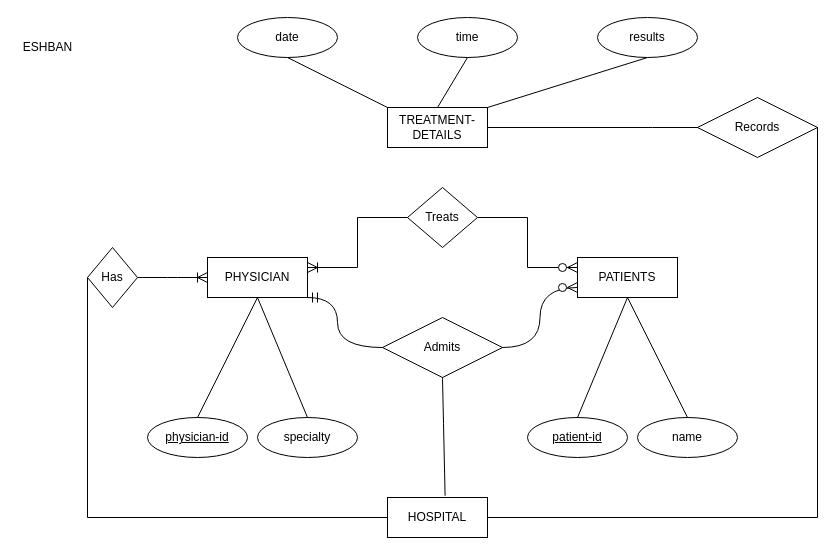
ESHBANayub/Draw.io keeps this draw.io diagram as 1.drawio. Above is the earlier version. Source tidied: cells renumbered, new cells numbered last; positions are measured from the earlier drawing's top-left corner, leaving out a move shared by most shapes. Both pictures are drawn from the tidied source at 100%, with x=0, y=0 at pixel (17, 17).
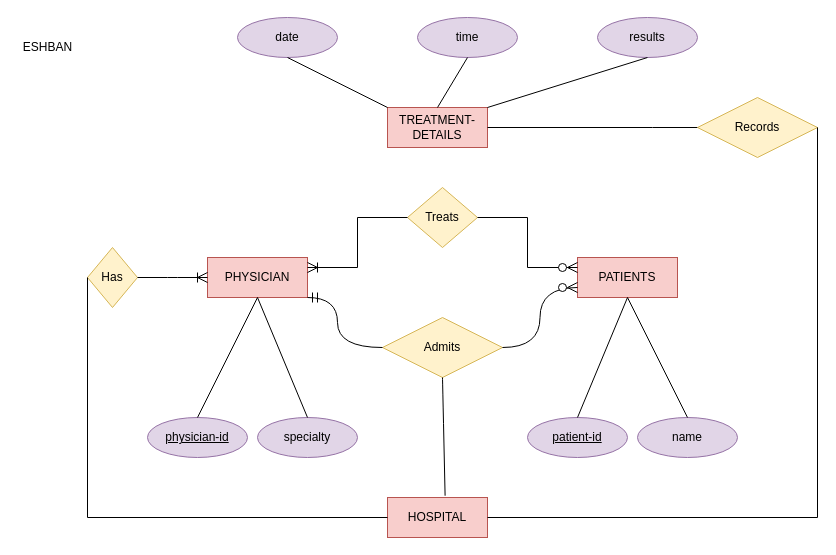
The same diagram, later.

Change to the diagram source:
```diff
@@
-    <mxCell id="2" value="PATIENTS" style="whiteSpace=wrap;html=1;align=center;" parent="1" vertex="1">
+    <mxCell id="2" value="PATIENTS" style="whiteSpace=wrap;html=1;align=center;fillColor=#f8cecc;strokeColor=#b85450;" parent="1" vertex="1">
       <mxGeometry x="560" y="240" width="100" height="40" as="geometry" />
     </mxCell>
-    <mxCell id="3" value="PHYSICIAN" style="whiteSpace=wrap;html=1;align=center;" parent="1" vertex="1">
+    <mxCell id="3" value="PHYSICIAN" style="whiteSpace=wrap;html=1;align=center;fillColor=#f8cecc;strokeColor=#b85450;" parent="1" vertex="1">
       <mxGeometry x="190" y="240" width="100" height="40" as="geometry" />
     </mxCell>
-    <mxCell id="4" value="TREATMENT-DETAILS" style="whiteSpace=wrap;html=1;align=center;" parent="1" vertex="1">
+    <mxCell id="4" value="TREATMENT-DETAILS" style="whiteSpace=wrap;html=1;align=center;fillColor=#f8cecc;strokeColor=#b85450;" parent="1" vertex="1">
       <mxGeometry x="370" y="90" width="100" height="40" as="geometry" />
     </mxCell>
-    <mxCell id="5" value="patient-id" style="ellipse;whiteSpace=wrap;html=1;align=center;fontStyle=4;" parent="1" vertex="1">
+    <mxCell id="5" value="patient-id" style="ellipse;whiteSpace=wrap;html=1;align=center;fontStyle=4;fillColor=#e1d5e7;strokeColor=#9673a6;" parent="1" vertex="1">
       <mxGeometry x="510" y="400" width="100" height="40" as="geometry" />
     </mxCell>
-    <mxCell id="6" value="name" style="ellipse;whiteSpace=wrap;html=1;align=center;" parent="1" vertex="1">
+    <mxCell id="6" value="name" style="ellipse;whiteSpace=wrap;html=1;align=center;fillColor=#e1d5e7;strokeColor=#9673a6;" parent="1" vertex="1">
       <mxGeometry x="620" y="400" width="100" height="40" as="geometry" />
     </mxCell>
-    <mxCell id="7" value="physician-id" style="ellipse;whiteSpace=wrap;html=1;align=center;fontStyle=4;" parent="1" vertex="1">
+    <mxCell id="7" value="physician-id" style="ellipse;whiteSpace=wrap;html=1;align=center;fontStyle=4;fillColor=#e1d5e7;strokeColor=#9673a6;" parent="1" vertex="1">
       <mxGeometry x="130" y="400" width="100" height="40" as="geometry" />
     </mxCell>
-    <mxCell id="8" value="specialty" style="ellipse;whiteSpace=wrap;html=1;align=center;" parent="1" vertex="1">
+    <mxCell id="8" value="specialty" style="ellipse;whiteSpace=wrap;html=1;align=center;fillColor=#e1d5e7;strokeColor=#9673a6;" parent="1" vertex="1">
       <mxGeometry x="240" y="400" width="100" height="40" as="geometry" />
     </mxCell>
-    <mxCell id="9" value="date" style="ellipse;whiteSpace=wrap;html=1;align=center;" parent="1" vertex="1">
+    <mxCell id="9" value="date" style="ellipse;whiteSpace=wrap;html=1;align=center;fillColor=#e1d5e7;strokeColor=#9673a6;" parent="1" vertex="1">
       <mxGeometry x="220" width="100" height="40" as="geometry" />
     </mxCell>
-    <mxCell id="10" value="time" style="ellipse;whiteSpace=wrap;html=1;align=center;" parent="1" vertex="1">
+    <mxCell id="10" value="time" style="ellipse;whiteSpace=wrap;html=1;align=center;fillColor=#e1d5e7;strokeColor=#9673a6;" parent="1" vertex="1">
       <mxGeometry x="400" width="100" height="40" as="geometry" />
     </mxCell>
-    <mxCell id="11" value="results" style="ellipse;whiteSpace=wrap;html=1;align=center;" parent="1" vertex="1">
+    <mxCell id="11" value="results" style="ellipse;whiteSpace=wrap;html=1;align=center;fillColor=#e1d5e7;strokeColor=#9673a6;" parent="1" vertex="1">
       <mxGeometry x="580" width="100" height="40" as="geometry" />
     </mxCell>
-    <mxCell id="12" value="Admits" style="shape=rhombus;perimeter=rhombusPerimeter;whiteSpace=wrap;html=1;align=center;" parent="1" vertex="1">
+    <mxCell id="12" value="Admits" style="shape=rhombus;perimeter=rhombusPerimeter;whiteSpace=wrap;html=1;align=center;fillColor=#fff2cc;strokeColor=#d6b656;" parent="1" vertex="1">
       <mxGeometry x="365" y="300" width="120" height="60" as="geometry" />
     </mxCell>
@@
-    <mxCell id="22" value="HOSPITAL" style="whiteSpace=wrap;html=1;align=center;" parent="1" vertex="1">
+    <mxCell id="22" value="HOSPITAL" style="whiteSpace=wrap;html=1;align=center;fillColor=#f8cecc;strokeColor=#b85450;" parent="1" vertex="1">
       <mxGeometry x="370" y="480" width="100" height="40" as="geometry" />
     </mxCell>
@@
-    <mxCell id="24" value="Has" style="shape=rhombus;perimeter=rhombusPerimeter;whiteSpace=wrap;html=1;align=center;" parent="1" vertex="1">
+    <mxCell id="24" value="Has" style="shape=rhombus;perimeter=rhombusPerimeter;whiteSpace=wrap;html=1;align=center;fillColor=#fff2cc;strokeColor=#d6b656;" parent="1" vertex="1">
       <mxGeometry x="70" y="230" width="50" height="60" as="geometry" />
     </mxCell>
@@
-    <mxCell id="26" value="Treats" style="shape=rhombus;perimeter=rhombusPerimeter;whiteSpace=wrap;html=1;align=center;" parent="1" vertex="1">
+    <mxCell id="26" value="Treats" style="shape=rhombus;perimeter=rhombusPerimeter;whiteSpace=wrap;html=1;align=center;fillColor=#fff2cc;strokeColor=#d6b656;" parent="1" vertex="1">
       <mxGeometry x="390" y="170" width="70" height="60" as="geometry" />
     </mxCell>
@@
-    <mxCell id="30" value="Records" style="shape=rhombus;perimeter=rhombusPerimeter;whiteSpace=wrap;html=1;align=center;" parent="1" vertex="1">
+    <mxCell id="30" value="Records" style="shape=rhombus;perimeter=rhombusPerimeter;whiteSpace=wrap;html=1;align=center;fillColor=#fff2cc;strokeColor=#d6b656;" parent="1" vertex="1">
       <mxGeometry x="680" y="80" width="120" height="60" as="geometry" />
     </mxCell>
```
